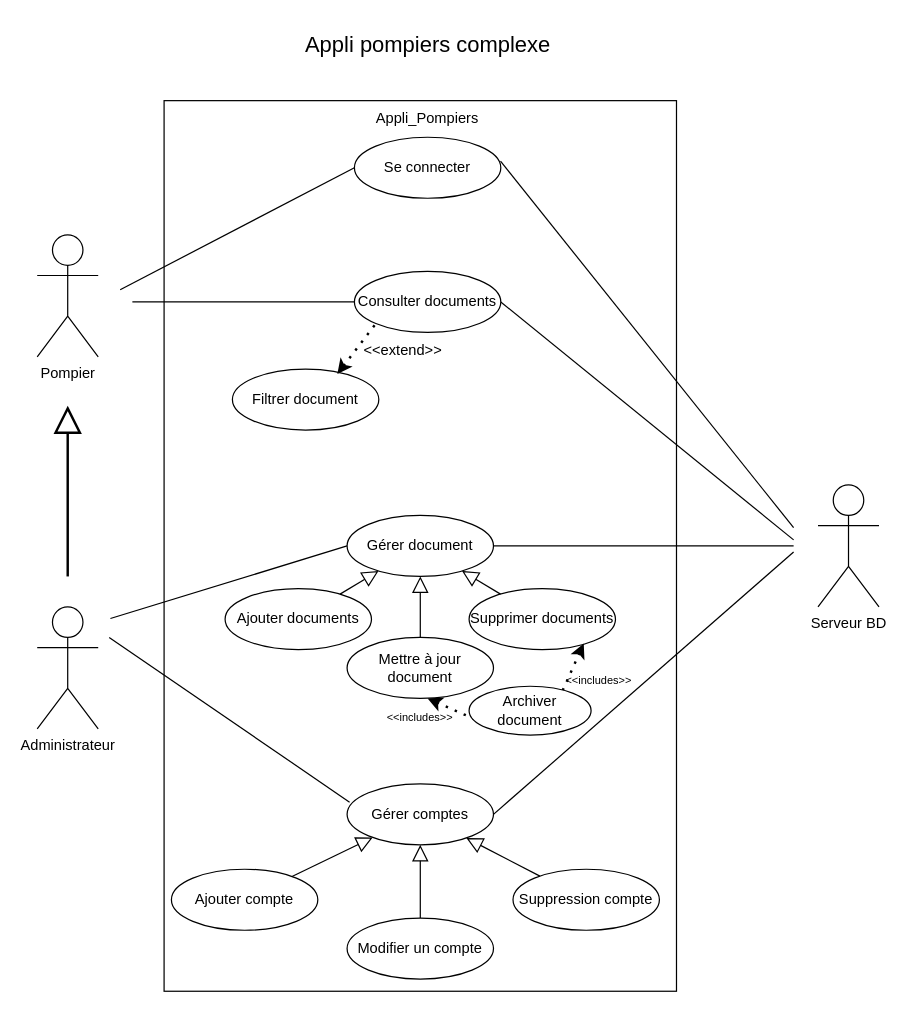
Before: page "CU complexe" (2 of 2) of CasUtilisation.drawio in DorianLudm/Appli_Pompiers, a draw.io diagram. Source tidied: cells renumbered, new cells numbered last; positions are measured from the earlier drawing's top-left corner, leaving out a move shared by most shapes. Both pictures are drawn from the tidied source at 122%, with x=0, y=0 at pixel (37, 21).
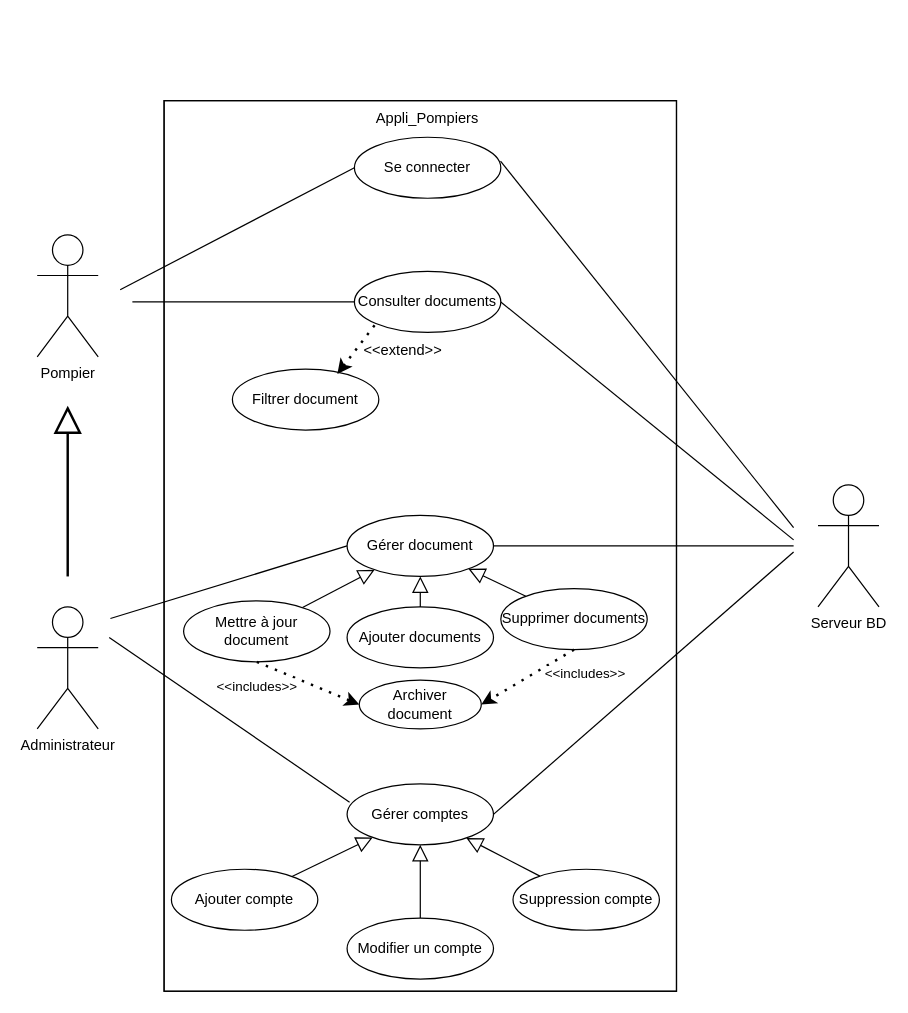
The same diagram, later.

Commit message (it also covers changes not shown here):
Correction des flèches <<includes>>

The change refers to these unchanged cells:
```xml
<mxCell id="8" value="Se connecter" style="ellipse;whiteSpace=wrap;html=1;" parent="1" vertex="1">
  <mxGeometry x="260" y="95" width="120" height="50" as="geometry" />
</mxCell>
<mxCell id="9" value="Gérer document" style="ellipse;whiteSpace=wrap;html=1;" parent="1" vertex="1">
  <mxGeometry x="254" y="405" width="120" height="50" as="geometry" />
</mxCell>
<mxCell id="14" value="Consulter documents" style="ellipse;whiteSpace=wrap;html=1;" parent="1" vertex="1">
  <mxGeometry x="260" y="205" width="120" height="50" as="geometry" />
</mxCell>
<mxCell id="18" value="Gérer comptes" style="ellipse;whiteSpace=wrap;html=1;" parent="1" vertex="1">
  <mxGeometry x="254" y="625" width="120" height="50" as="geometry" />
</mxCell>
```

Change to the diagram source:
```diff
@@
+    <mxCell id="5" style="rounded=0;whiteSpace=wrap;html=1;fillColor=none;" parent="1" vertex="1">
+      <mxGeometry x="104" y="65" width="420" height="730" as="geometry" />
+    </mxCell>
@@
-    <mxCell id="3" style="edgeStyle=orthogonalEdgeStyle;rounded=0;orthogonalLoop=1;jettySize=auto;html=1;endArrow=block;endFill=0;jumpSize=10;strokeWidth=2;targetPerimeterSpacing=0;endSize=18;" parent="1" edge="1">
-      <mxGeometry relative="1" as="geometry">
-        <mxPoint x="25" y="455" as="sourcePoint" />
-        <mxPoint x="25" y="315" as="targetPoint" />
-      </mxGeometry>
-    </mxCell>
+    <mxCell id="41" style="edgeStyle=orthogonalEdgeStyle;rounded=0;orthogonalLoop=1;jettySize=auto;html=1;endArrow=block;endFill=0;jumpSize=10;strokeWidth=2;targetPerimeterSpacing=0;endSize=18;" parent="1" edge="1">
+      <mxGeometry relative="1" as="geometry">
+        <mxPoint x="25" y="455" as="sourcePoint" />
+        <mxPoint x="25" y="315" as="targetPoint" />
+      </mxGeometry>
+    </mxCell>
@@
-    <mxCell id="5" style="rounded=0;whiteSpace=wrap;html=1;fillColor=none;" parent="1" vertex="1">
-      <mxGeometry x="104" y="65" width="420" height="730" as="geometry" />
-    </mxCell>
-    <mxCell id="6" style="endArrow=none;html=1;rounded=0;exitX=1;exitY=0.5;exitDx=0;exitDy=0;entryX=0;entryY=0.5;entryDx=0;entryDy=0;" parent="1" edge="1" target="14">
-      <mxGeometry relative="1" as="geometry">
-        <mxPoint x="78" y="230" as="sourcePoint" />
-      </mxGeometry>
-    </mxCell>
-    <mxCell id="7" style="endArrow=none;html=1;rounded=0;exitX=1;exitY=0.5;exitDx=0;exitDy=0;" parent="1" edge="1" source="14">
-      <mxGeometry relative="1" as="geometry">
-        <mxPoint x="620" y="425" as="targetPoint" />
-      </mxGeometry>
-    </mxCell>
+    <mxCell id="42" style="rounded=0;whiteSpace=wrap;html=1;fillColor=none;" parent="1" vertex="1">
+      <mxGeometry x="104" y="65" width="420" height="730" as="geometry" />
+    </mxCell>
+    <mxCell id="43" style="endArrow=none;html=1;rounded=0;exitX=1;exitY=0.5;exitDx=0;exitDy=0;entryX=0;entryY=0.5;entryDx=0;entryDy=0;" parent="1" edge="1" target="14">
+      <mxGeometry relative="1" as="geometry">
+        <mxPoint x="78" y="230" as="sourcePoint" />
+      </mxGeometry>
+    </mxCell>
+    <mxCell id="44" style="endArrow=none;html=1;rounded=0;exitX=1;exitY=0.5;exitDx=0;exitDy=0;" parent="1" edge="1" source="14">
+      <mxGeometry relative="1" as="geometry">
+        <mxPoint x="620" y="425" as="targetPoint" />
+      </mxGeometry>
+    </mxCell>
@@
-    <mxCell id="11" value="&lt;font style=&quot;font-size: 18px;&quot;&gt;Appli pompiers complexe &lt;/font&gt;" style="text;html=1;align=center;verticalAlign=middle;strokeColor=none;fillColor=none;" parent="1" vertex="1">
-      <mxGeometry x="210" width="220" height="40" as="geometry" />
-    </mxCell>
@@
-    <mxCell id="13" style="endArrow=none;html=1;rounded=0;exitX=0.998;exitY=0.393;exitDx=0;exitDy=0;exitPerimeter=0;" parent="1" edge="1" source="8">
-      <mxGeometry relative="1" as="geometry">
-        <mxPoint x="620" y="415" as="targetPoint" />
-      </mxGeometry>
-    </mxCell>
+    <mxCell id="45" style="endArrow=none;html=1;rounded=0;exitX=0.998;exitY=0.393;exitDx=0;exitDy=0;exitPerimeter=0;" parent="1" edge="1" source="8">
+      <mxGeometry relative="1" as="geometry">
+        <mxPoint x="620" y="415" as="targetPoint" />
+      </mxGeometry>
+    </mxCell>
@@
-    <mxCell id="15" style="endArrow=none;html=1;rounded=0;exitX=1;exitY=0.5;exitDx=0;exitDy=0;entryX=0;entryY=0.5;entryDx=0;entryDy=0;" parent="1" edge="1" target="8">
-      <mxGeometry relative="1" as="geometry">
-        <mxPoint x="68" y="220" as="sourcePoint" />
-      </mxGeometry>
-    </mxCell>
+    <mxCell id="46" style="endArrow=none;html=1;rounded=0;exitX=1;exitY=0.5;exitDx=0;exitDy=0;entryX=0;entryY=0.5;entryDx=0;entryDy=0;" parent="1" edge="1" target="8">
+      <mxGeometry relative="1" as="geometry">
+        <mxPoint x="68" y="220" as="sourcePoint" />
+      </mxGeometry>
+    </mxCell>
     <mxCell id="16" value="Ajouter documents" style="ellipse;whiteSpace=wrap;html=1;" parent="1" vertex="1">
-      <mxGeometry x="154" y="465" width="120" height="50" as="geometry" />
+      <mxGeometry x="254" y="480" width="120" height="50" as="geometry" />
     </mxCell>
     <mxCell id="17" value="Supprimer documents" style="ellipse;whiteSpace=wrap;html=1;" parent="1" vertex="1">
-      <mxGeometry x="354" y="465" width="120" height="50" as="geometry" />
+      <mxGeometry x="380" y="465" width="120" height="50" as="geometry" />
     </mxCell>
@@
     <mxCell id="23" value="Mettre à jour document" style="ellipse;whiteSpace=wrap;html=1;" parent="1" vertex="1">
-      <mxGeometry x="254" y="505" width="120" height="50" as="geometry" />
+      <mxGeometry x="120" y="475" width="120" height="50" as="geometry" />
     </mxCell>
@@
-    <mxCell id="25" style="endArrow=none;html=1;rounded=0;exitX=1;exitY=0.5;exitDx=0;exitDy=0;entryX=0;entryY=0.5;entryDx=0;entryDy=0;" parent="1" edge="1" target="9">
-      <mxGeometry relative="1" as="geometry">
-        <mxPoint x="60" y="489.5" as="sourcePoint" />
-      </mxGeometry>
-    </mxCell>
-    <mxCell id="26" style="endArrow=none;html=1;rounded=0;exitX=1;exitY=0.5;exitDx=0;exitDy=0;entryX=0.017;entryY=0.3;entryDx=0;entryDy=0;entryPerimeter=0;" parent="1" edge="1" target="18">
-      <mxGeometry relative="1" as="geometry">
-        <mxPoint x="59" y="505" as="sourcePoint" />
-      </mxGeometry>
-    </mxCell>
+    <mxCell id="47" style="endArrow=none;html=1;rounded=0;exitX=1;exitY=0.5;exitDx=0;exitDy=0;entryX=0;entryY=0.5;entryDx=0;entryDy=0;" parent="1" edge="1" target="9">
+      <mxGeometry relative="1" as="geometry">
+        <mxPoint x="60" y="489.5" as="sourcePoint" />
+      </mxGeometry>
+    </mxCell>
+    <mxCell id="48" style="endArrow=none;html=1;rounded=0;exitX=1;exitY=0.5;exitDx=0;exitDy=0;entryX=0.017;entryY=0.3;entryDx=0;entryDy=0;entryPerimeter=0;" parent="1" edge="1" target="18">
+      <mxGeometry relative="1" as="geometry">
+        <mxPoint x="59" y="505" as="sourcePoint" />
+      </mxGeometry>
+    </mxCell>
@@
-    <mxCell id="34" style="endArrow=none;html=1;rounded=0;exitX=1;exitY=0.5;exitDx=0;exitDy=0;" parent="1" edge="1">
-      <mxGeometry relative="1" as="geometry">
-        <mxPoint x="374" y="430" as="sourcePoint" />
-        <mxPoint x="620" y="430" as="targetPoint" />
-      </mxGeometry>
-    </mxCell>
-    <mxCell id="35" style="endArrow=none;html=1;rounded=0;exitX=1;exitY=0.5;exitDx=0;exitDy=0;" parent="1" edge="1">
-      <mxGeometry relative="1" as="geometry">
-        <mxPoint x="374" y="650" as="sourcePoint" />
-        <mxPoint x="620" y="435" as="targetPoint" />
-      </mxGeometry>
-    </mxCell>
-    <mxCell id="36" style="endArrow=none;dashed=1;html=1;dashPattern=1 3;strokeWidth=2;rounded=0;entryX=0;entryY=1;entryDx=0;entryDy=0;startArrow=classic;startFill=1;" parent="1" edge="1">
-      <mxGeometry relative="1" as="geometry">
-        <mxPoint x="448" y="510" as="sourcePoint" />
-        <mxPoint x="430" y="550" as="targetPoint" />
-      </mxGeometry>
-    </mxCell>
-    <mxCell id="37" value="&lt;font style=&quot;font-size: 9px;&quot;&gt;&amp;lt;&amp;lt;includes&amp;gt;&amp;gt;&lt;/font&gt;" style="text;html=1;strokeColor=none;fillColor=none;align=center;verticalAlign=middle;whiteSpace=wrap;rounded=0;" parent="1" vertex="1">
-      <mxGeometry x="284" y="555" width="60" height="30" as="geometry" />
-    </mxCell>
-    <mxCell id="38" style="endArrow=none;dashed=1;html=1;dashPattern=1 3;strokeWidth=2;rounded=0;startArrow=classic;startFill=1;" parent="1" edge="1">
-      <mxGeometry relative="1" as="geometry">
-        <mxPoint x="320" y="555" as="sourcePoint" />
-        <mxPoint x="361" y="573" as="targetPoint" />
-      </mxGeometry>
-    </mxCell>
+    <mxCell id="49" style="endArrow=none;html=1;rounded=0;exitX=1;exitY=0.5;exitDx=0;exitDy=0;" parent="1" edge="1">
+      <mxGeometry relative="1" as="geometry">
+        <mxPoint x="374" y="430" as="sourcePoint" />
+        <mxPoint x="620" y="430" as="targetPoint" />
+      </mxGeometry>
+    </mxCell>
+    <mxCell id="50" style="endArrow=none;html=1;rounded=0;exitX=1;exitY=0.5;exitDx=0;exitDy=0;" parent="1" edge="1">
+      <mxGeometry relative="1" as="geometry">
+        <mxPoint x="374" y="650" as="sourcePoint" />
+        <mxPoint x="620" y="435" as="targetPoint" />
+      </mxGeometry>
+    </mxCell>
+    <mxCell id="51" value="&amp;lt;&amp;lt;includes&amp;gt;&amp;gt;" style="endArrow=classic;dashed=1;html=1;dashPattern=1 3;strokeWidth=2;rounded=0;entryX=1;entryY=0.5;entryDx=0;entryDy=0;startArrow=none;startFill=0;endFill=1;exitX=0.5;exitY=1;exitDx=0;exitDy=0;fillColor=none;" parent="1" edge="1" source="17" target="39">
+      <mxGeometry x="-0.96" y="22" relative="1" as="geometry" />
+    </mxCell>
+    <mxCell id="52" value="&amp;lt;&amp;lt;includes&amp;gt;&amp;gt;" style="endArrow=classic;dashed=1;html=1;dashPattern=1 3;strokeWidth=2;rounded=0;startArrow=none;startFill=0;endFill=1;entryX=0;entryY=0.5;entryDx=0;entryDy=0;exitX=0.5;exitY=1;exitDx=0;exitDy=0;" parent="1" edge="1" source="23" target="39">
+      <mxGeometry x="-0.83" y="-18" relative="1" as="geometry" />
+    </mxCell>
     <mxCell id="39" value="Archiver document" style="ellipse;whiteSpace=wrap;html=1;" parent="1" vertex="1">
-      <mxGeometry x="354" y="545" width="100" height="40" as="geometry" />
+      <mxGeometry x="264" y="540" width="100" height="40" as="geometry" />
     </mxCell>
-    <mxCell id="40" value="&lt;font style=&quot;font-size: 9px;&quot;&gt;&amp;lt;&amp;lt;includes&amp;gt;&amp;gt;&lt;/font&gt;" style="text;html=1;align=center;verticalAlign=middle;strokeColor=none;fillColor=none;" parent="1" vertex="1">
-      <mxGeometry x="420" y="525" width="80" height="30" as="geometry" />
-    </mxCell>
```
